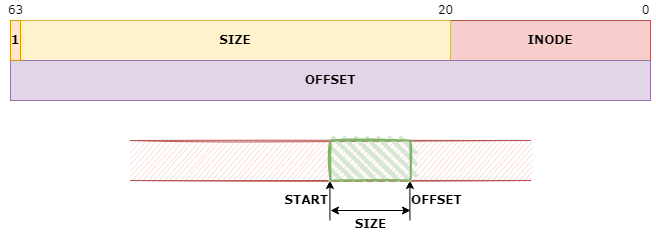
This is storage/bcache/bcache_btree/bcache_bkey/bcache_bkey.drawio.png from zoumingzhe/study, a draw.io export, as it was before one commit. Source tidied: cells renumbered, new cells last; positions are measured from the earlier drawing's top-left corner, leaving out a move shared by most shapes. Its diagram source:
```xml
<mxGraphModel>
  <root>
    <mxCell id="0" />
    <mxCell id="1" parent="0" />
    <mxCell id="2" value="START" style="endArrow=classic;html=1;rounded=0;entryX=0;entryY=1;entryDx=0;entryDy=0;align=right;sketch=0;fontFamily=Verdana;fontStyle=1;fontSize=12;" parent="1" edge="1">
      <mxGeometry relative="1" as="geometry">
        <mxPoint x="329.4" y="220" as="sourcePoint" />
        <mxPoint x="329.4" y="180" as="targetPoint" />
      </mxGeometry>
    </mxCell>
    <mxCell id="3" value="&lt;div style=&quot;font-size: 12px;&quot;&gt;OFFSET&lt;/div&gt;" style="endArrow=classic;html=1;rounded=0;entryX=1;entryY=1;entryDx=0;entryDy=0;align=left;sketch=0;fontFamily=Verdana;fontStyle=1;fontSize=12;" parent="1" edge="1">
      <mxGeometry relative="1" as="geometry">
        <mxPoint x="409.4" y="220" as="sourcePoint" />
        <mxPoint x="409.4" y="180" as="targetPoint" />
      </mxGeometry>
    </mxCell>
    <mxCell id="4" value="SIZE" style="endArrow=classic;startArrow=classic;html=1;rounded=0;labelBackgroundColor=#ffffff;elbow=vertical;align=center;sketch=0;fontFamily=Verdana;verticalAlign=top;fontStyle=1;fontSize=12;" parent="1" edge="1">
      <mxGeometry relative="1" as="geometry">
        <mxPoint x="410" y="210" as="sourcePoint" />
        <mxPoint x="330" y="210" as="targetPoint" />
      </mxGeometry>
    </mxCell>
    <mxCell id="5" value="INODE" style="rounded=0;whiteSpace=wrap;html=1;sketch=0;fillColor=#f8cecc;strokeColor=#b85450;fontFamily=Verdana;fontStyle=1;fontSize=12;" parent="1" vertex="1">
      <mxGeometry x="450" y="20" width="200" height="40" as="geometry" />
    </mxCell>
    <mxCell id="6" value="SIZE" style="rounded=0;whiteSpace=wrap;html=1;sketch=0;fillColor=#fff2cc;strokeColor=#d6b656;fontFamily=Verdana;fontStyle=1;fontSize=12;" parent="1" vertex="1">
      <mxGeometry x="20" y="20" width="430" height="40" as="geometry" />
    </mxCell>
    <mxCell id="7" value="OFFSET" style="rounded=0;whiteSpace=wrap;html=1;sketch=0;fillColor=#e1d5e7;strokeColor=#9673a6;fontFamily=Verdana;fontStyle=1;fontSize=12;" parent="1" vertex="1">
      <mxGeometry x="10" y="60" width="640" height="40" as="geometry" />
    </mxCell>
    <mxCell id="8" style="shape=partialRectangle;whiteSpace=wrap;html=1;left=0;right=0;fillColor=#f8cecc;rounded=0;sketch=1;fontFamily=Verdana;strokeColor=#b85450;fontStyle=1;" parent="1" vertex="1">
      <mxGeometry x="130" y="140" width="400" height="40" as="geometry" />
    </mxCell>
    <mxCell id="9" value="1" style="rounded=0;whiteSpace=wrap;html=1;sketch=0;fillColor=#ffe6cc;strokeColor=#d79b00;fontFamily=Verdana;fontStyle=1;fontSize=12;" parent="1" vertex="1">
      <mxGeometry x="10" y="20" width="10" height="40" as="geometry" />
    </mxCell>
    <mxCell id="10" value="0" style="text;html=1;align=center;verticalAlign=middle;fillColor=none;strokeColor=none;rounded=0;sketch=1;fontFamily=Verdana;" parent="1" vertex="1">
      <mxGeometry x="635" width="20" height="20" as="geometry" />
    </mxCell>
    <mxCell id="11" value="63" style="text;html=1;align=center;verticalAlign=middle;fillColor=none;strokeColor=none;rounded=0;sketch=1;fontFamily=Verdana;" parent="1" vertex="1">
      <mxGeometry width="30" height="20" as="geometry" />
    </mxCell>
    <mxCell id="12" value="20" style="text;html=1;align=center;verticalAlign=middle;fillColor=none;strokeColor=none;rounded=0;sketch=1;fontFamily=Verdana;" parent="1" vertex="1">
      <mxGeometry x="430" width="30" height="20" as="geometry" />
    </mxCell>
    <mxCell id="13" style="rounded=0;whiteSpace=wrap;html=1;strokeWidth=2;fillWeight=4;hachureGap=8;hachureAngle=45;fillColor=#d5e8d4;sketch=1;gradientDirection=south;strokeColor=#82b366;fontFamily=Verdana;fontStyle=1;" parent="1" vertex="1">
      <mxGeometry x="330" y="140" width="80" height="40" as="geometry" />
    </mxCell>
  </root>
</mxGraphModel>
```
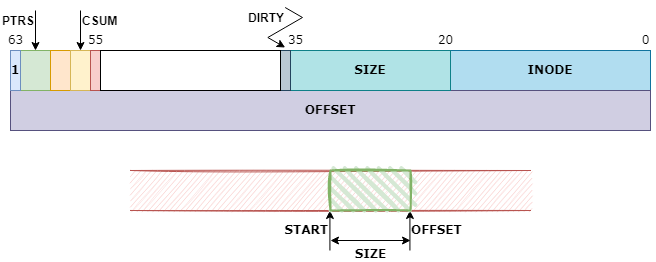
The same file after the commit.

Diff of the diagram source:
```diff
@@ -14,26 +14,23 @@
         <mxPoint x="409.4" y="180" as="targetPoint" />
       </mxGeometry>
     </mxCell>
-    <mxCell id="4" value="SIZE" style="endArrow=classic;startArrow=classic;html=1;rounded=0;labelBackgroundColor=#ffffff;elbow=vertical;align=center;sketch=0;fontFamily=Verdana;verticalAlign=top;fontStyle=1;fontSize=12;" parent="1" edge="1">
+    <mxCell id="4" value="SIZE" style="endArrow=classic;startArrow=classic;html=1;rounded=0;labelBackgroundColor=#ffffff;elbow=vertical;align=center;sketch=0;fontFamily=Verdana;verticalAlign=top;fontStyle=1;fontSize=12;labelPosition=center;verticalLabelPosition=bottom;" parent="1" edge="1">
       <mxGeometry relative="1" as="geometry">
         <mxPoint x="410" y="210" as="sourcePoint" />
         <mxPoint x="330" y="210" as="targetPoint" />
       </mxGeometry>
     </mxCell>
-    <mxCell id="5" value="INODE" style="rounded=0;whiteSpace=wrap;html=1;sketch=0;fillColor=#f8cecc;strokeColor=#b85450;fontFamily=Verdana;fontStyle=1;fontSize=12;" parent="1" vertex="1">
+    <mxCell id="5" value="INODE" style="rounded=0;whiteSpace=wrap;html=1;sketch=0;fillColor=#b1ddf0;strokeColor=#10739e;fontFamily=Verdana;fontStyle=1;fontSize=12;" parent="1" vertex="1">
       <mxGeometry x="450" y="20" width="200" height="40" as="geometry" />
     </mxCell>
-    <mxCell id="6" value="SIZE" style="rounded=0;whiteSpace=wrap;html=1;sketch=0;fillColor=#fff2cc;strokeColor=#d6b656;fontFamily=Verdana;fontStyle=1;fontSize=12;" parent="1" vertex="1">
-      <mxGeometry x="20" y="20" width="430" height="40" as="geometry" />
-    </mxCell>
-    <mxCell id="7" value="OFFSET" style="rounded=0;whiteSpace=wrap;html=1;sketch=0;fillColor=#e1d5e7;strokeColor=#9673a6;fontFamily=Verdana;fontStyle=1;fontSize=12;" parent="1" vertex="1">
+    <mxCell id="7" value="OFFSET" style="rounded=0;whiteSpace=wrap;html=1;sketch=0;fillColor=#d0cee2;strokeColor=#56517e;fontFamily=Verdana;fontStyle=1;fontSize=12;" parent="1" vertex="1">
       <mxGeometry x="10" y="60" width="640" height="40" as="geometry" />
     </mxCell>
     <mxCell id="8" style="shape=partialRectangle;whiteSpace=wrap;html=1;left=0;right=0;fillColor=#f8cecc;rounded=0;sketch=1;fontFamily=Verdana;strokeColor=#b85450;fontStyle=1;" parent="1" vertex="1">
       <mxGeometry x="130" y="140" width="400" height="40" as="geometry" />
     </mxCell>
-    <mxCell id="9" value="1" style="rounded=0;whiteSpace=wrap;html=1;sketch=0;fillColor=#ffe6cc;strokeColor=#d79b00;fontFamily=Verdana;fontStyle=1;fontSize=12;" parent="1" vertex="1">
-      <mxGeometry x="10" y="20" width="10" height="40" as="geometry" />
+    <mxCell id="9" style="rounded=0;whiteSpace=wrap;html=1;sketch=0;fillColor=#d5e8d4;strokeColor=#82b366;fontFamily=Verdana;fontStyle=1;fontSize=12;" parent="1" vertex="1">
+      <mxGeometry x="20" y="20" width="30" height="40" as="geometry" />
     </mxCell>
     <mxCell id="10" value="0" style="text;html=1;align=center;verticalAlign=middle;fillColor=none;strokeColor=none;rounded=0;sketch=1;fontFamily=Verdana;" parent="1" vertex="1">
       <mxGeometry x="635" width="20" height="20" as="geometry" />
@@ -47,5 +44,49 @@
     <mxCell id="13" style="rounded=0;whiteSpace=wrap;html=1;strokeWidth=2;fillWeight=4;hachureGap=8;hachureAngle=45;fillColor=#d5e8d4;sketch=1;gradientDirection=south;strokeColor=#82b366;fontFamily=Verdana;fontStyle=1;" parent="1" vertex="1">
       <mxGeometry x="330" y="140" width="80" height="40" as="geometry" />
     </mxCell>
+    <mxCell id="6" value="SIZE" style="rounded=0;whiteSpace=wrap;html=1;sketch=0;fillColor=#b0e3e6;strokeColor=#0e8088;fontFamily=Verdana;fontStyle=1;fontSize=12;" parent="1" vertex="1">
+      <mxGeometry x="290" y="20" width="160" height="40" as="geometry" />
+    </mxCell>
+    <mxCell id="14" style="rounded=0;whiteSpace=wrap;html=1;sketch=0;fillColor=#ffe6cc;strokeColor=#d79b00;fontFamily=Verdana;fontStyle=1;fontSize=12;" parent="1" vertex="1">
+      <mxGeometry x="50" y="20" width="20" height="40" as="geometry" />
+    </mxCell>
+    <mxCell id="15" style="rounded=0;whiteSpace=wrap;html=1;sketch=0;fillColor=#fff2cc;strokeColor=#d6b656;fontFamily=Verdana;fontStyle=1;fontSize=12;" parent="1" vertex="1">
+      <mxGeometry x="70" y="20" width="20" height="40" as="geometry" />
+    </mxCell>
+    <mxCell id="16" style="rounded=0;whiteSpace=wrap;html=1;sketch=0;fillColor=#f8cecc;strokeColor=#b85450;fontFamily=Verdana;fontStyle=1;fontSize=12;" parent="1" vertex="1">
+      <mxGeometry x="90" y="20" width="10" height="40" as="geometry" />
+    </mxCell>
+    <mxCell id="17" style="rounded=0;whiteSpace=wrap;html=1;sketch=0;fillColor=#bac8d3;strokeColor=#23445d;fontFamily=Verdana;fontStyle=1;fontSize=12;" parent="1" vertex="1">
+      <mxGeometry x="280" y="20" width="10" height="40" as="geometry" />
+    </mxCell>
+    <mxCell id="18" style="rounded=0;whiteSpace=wrap;html=1;sketch=0;fontFamily=Verdana;fontStyle=1;fontSize=12;" parent="1" vertex="1">
+      <mxGeometry x="100" y="20" width="180" height="40" as="geometry" />
+    </mxCell>
+    <mxCell id="19" value="35" style="text;html=1;align=center;verticalAlign=middle;fillColor=none;strokeColor=none;rounded=0;sketch=1;fontFamily=Verdana;" parent="1" vertex="1">
+      <mxGeometry x="280" width="30" height="20" as="geometry" />
+    </mxCell>
+    <mxCell id="20" value="55" style="text;html=1;align=center;verticalAlign=middle;fillColor=none;strokeColor=none;rounded=0;sketch=1;fontFamily=Verdana;" parent="1" vertex="1">
+      <mxGeometry x="80" width="30" height="20" as="geometry" />
+    </mxCell>
+    <mxCell id="21" value="1" style="rounded=0;whiteSpace=wrap;html=1;sketch=0;fillColor=#dae8fc;strokeColor=#6c8ebf;fontFamily=Verdana;fontStyle=1;fontSize=12;" parent="1" vertex="1">
+      <mxGeometry x="10" y="20" width="10" height="40" as="geometry" />
+    </mxCell>
+    <mxCell id="22" value="PTRS" style="endArrow=classic;html=1;rounded=0;fontSize=12;entryX=0.5;entryY=0;entryDx=0;entryDy=0;verticalAlign=bottom;labelPosition=left;verticalLabelPosition=top;align=right;fontStyle=1;" parent="1" edge="1" target="9">
+      <mxGeometry relative="1" as="geometry">
+        <mxPoint x="35" y="-20" as="sourcePoint" />
+      </mxGeometry>
+    </mxCell>
+    <mxCell id="23" value="CSUM" style="endArrow=classic;html=1;rounded=0;fontSize=12;labelPosition=right;verticalLabelPosition=top;align=left;verticalAlign=bottom;fontStyle=1;" parent="1" edge="1">
+      <mxGeometry relative="1" as="geometry">
+        <mxPoint x="80" y="-20" as="sourcePoint" />
+        <mxPoint x="80" y="20" as="targetPoint" />
+      </mxGeometry>
+    </mxCell>
+    <mxCell id="24" value="DIRTY" style="endArrow=classic;html=1;rounded=0;fontSize=12;labelPosition=left;verticalLabelPosition=top;align=right;verticalAlign=bottom;fontStyle=1;edgeStyle=isometricEdgeStyle;elbow=vertical;" parent="1" edge="1">
+      <mxGeometry relative="1" as="geometry">
+        <mxPoint x="284.7" y="-23" as="sourcePoint" />
+        <mxPoint x="284.7" y="17" as="targetPoint" />
+      </mxGeometry>
+    </mxCell>
   </root>
 </mxGraphModel>
```
